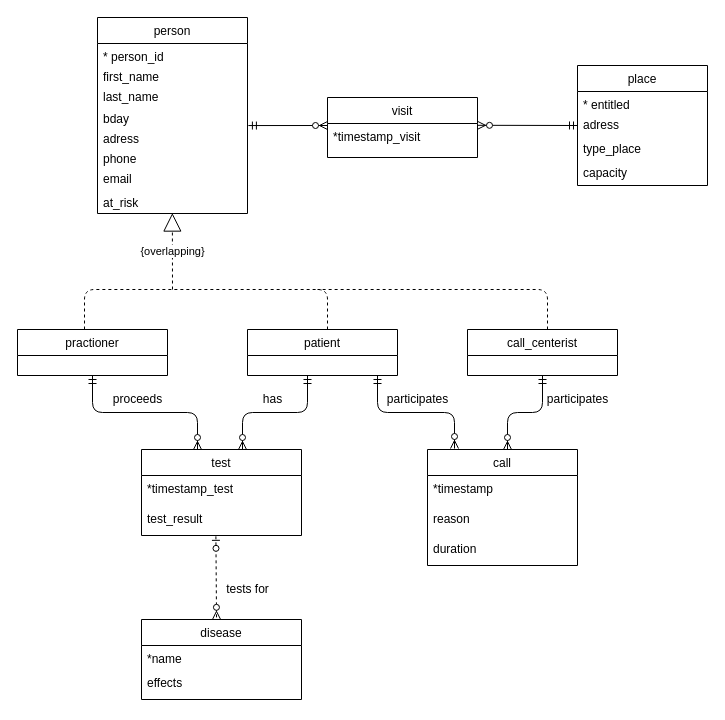
Earlier version of the draw.io diagram project 2/01-health_care/second_step/crow's_foot_update.drawio (RomainGrx/LINGI2172-projects). Source tidied: cells renumbered, new cells numbered last; positions are measured from the earlier drawing's top-left corner, leaving out a move shared by most shapes. Both pictures are drawn from the tidied source at 100%, with x=0, y=0 at pixel (17, 17).
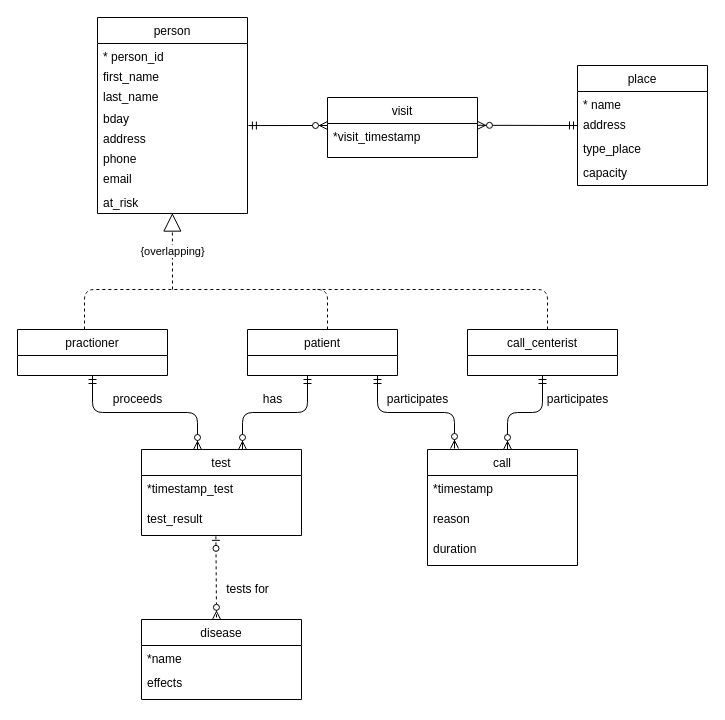
The same diagram, later.

The change refers to these unchanged cells:
```xml
<mxCell id="2" value="person" style="swimlane;fontStyle=0;horizontal=1;startSize=26;fillColor=none;" parent="1" vertex="1">
  <mxGeometry x="80" width="150" height="196" as="geometry" />
</mxCell>
<mxCell id="17" value="place" style="swimlane;fontStyle=0;horizontal=1;startSize=26;fillColor=none;" parent="1" vertex="1">
  <mxGeometry x="560" y="48" width="130" height="120" as="geometry" />
</mxCell>
<mxCell id="22" value="visit" style="swimlane;fontStyle=0;horizontal=1;startSize=26;fillColor=none;" parent="1" vertex="1">
  <mxGeometry x="310" y="80" width="150" height="60" as="geometry" />
</mxCell>
```

The edit, as a diff of the source:
```diff
@@
-    <mxCell id="7" value="adress" style="text;strokeColor=none;fillColor=none;align=left;verticalAlign=top;spacingLeft=4;spacingRight=4;overflow=hidden;points=[[0,0.5],[1,0.5]];portConstraint=eastwest;" parent="2" vertex="1">
+    <mxCell id="7" value="address" style="text;strokeColor=none;fillColor=none;align=left;verticalAlign=top;spacingLeft=4;spacingRight=4;overflow=hidden;points=[[0,0.5],[1,0.5]];portConstraint=eastwest;" parent="2" vertex="1">
       <mxGeometry y="108" width="150" height="20" as="geometry" />
     </mxCell>
@@
-    <mxCell id="18" value="* entitled" style="text;strokeColor=none;fillColor=none;align=left;verticalAlign=top;spacingLeft=4;spacingRight=4;overflow=hidden;" parent="17" vertex="1">
+    <mxCell id="18" value="* name" style="text;strokeColor=none;fillColor=none;align=left;verticalAlign=top;spacingLeft=4;spacingRight=4;overflow=hidden;" parent="17" vertex="1">
       <mxGeometry y="26" width="130" height="20" as="geometry" />
     </mxCell>
-    <mxCell id="19" value="adress" style="text;strokeColor=none;fillColor=none;align=left;verticalAlign=top;spacingLeft=4;spacingRight=4;overflow=hidden;" parent="17" vertex="1">
+    <mxCell id="19" value="address" style="text;strokeColor=none;fillColor=none;align=left;verticalAlign=top;spacingLeft=4;spacingRight=4;overflow=hidden;" parent="17" vertex="1">
       <mxGeometry y="46" width="130" height="24" as="geometry" />
     </mxCell>
@@
-    <mxCell id="23" value="*timestamp_visit" style="text;strokeColor=none;fillColor=none;align=left;verticalAlign=top;spacingLeft=4;spacingRight=4;overflow=hidden;points=[[0,0.5],[1,0.5]];portConstraint=eastwest;" parent="22" vertex="1">
+    <mxCell id="23" value="*visit_timestamp" style="text;strokeColor=none;fillColor=none;align=left;verticalAlign=top;spacingLeft=4;spacingRight=4;overflow=hidden;points=[[0,0.5],[1,0.5]];portConstraint=eastwest;" parent="22" vertex="1">
       <mxGeometry y="26" width="150" height="34" as="geometry" />
     </mxCell>
```
